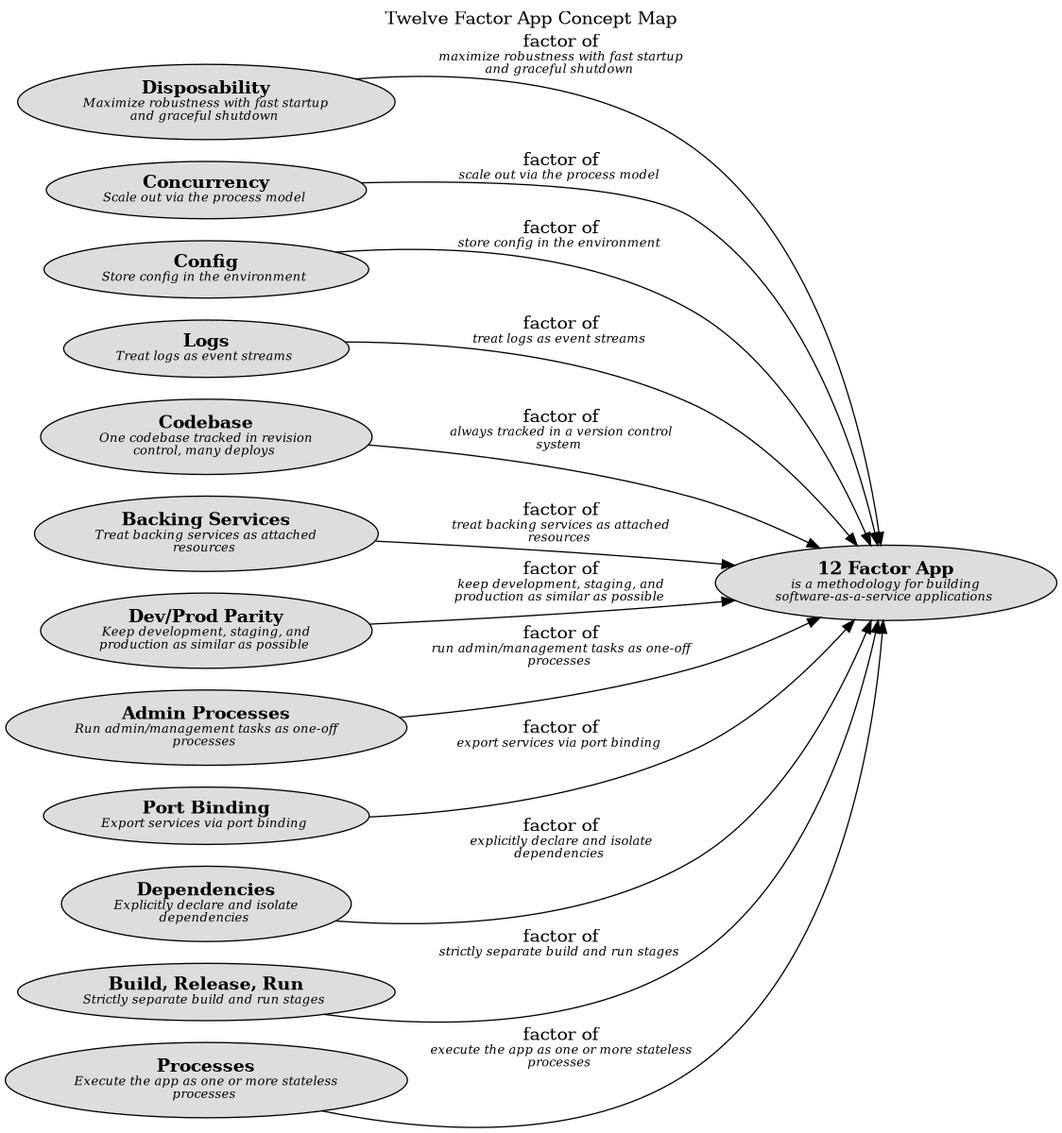
This is docs/software-development/twelve-factor-app/concept-view.png from lsolbach/overarch-models, a Graphviz export, as it was before one commit. Its source is kept beside it as docs/software-development/twelve-factor-app/concept-view.dot.
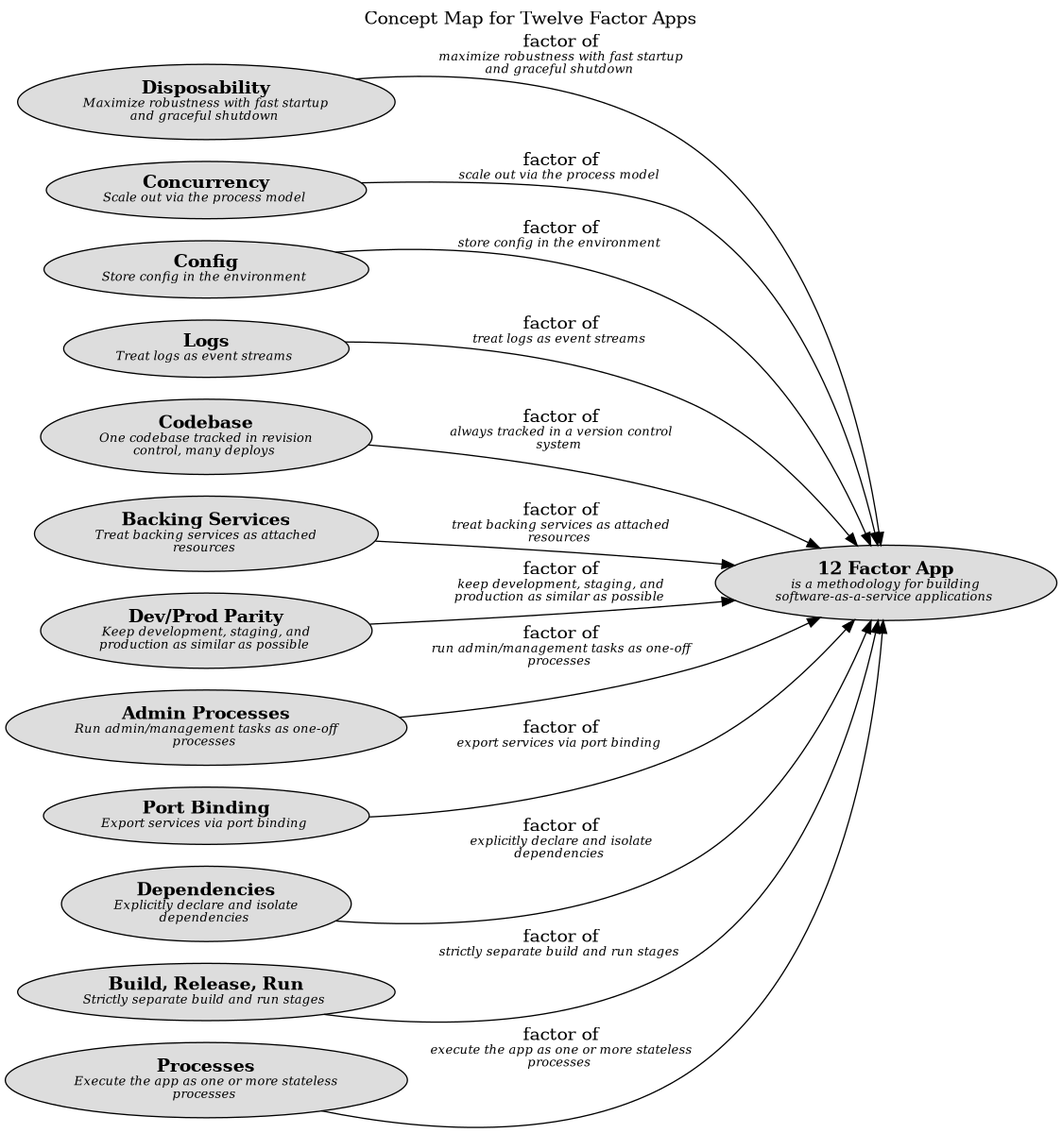
The same file after the commit.

Change to the diagram source:
```diff
@@ -1,6 +1,6 @@
-digraph "Twelve Factor App Concept Map" {
+digraph "Concept Map for Twelve Factor Apps" {
   labelloc= "t"
-  label="Twelve Factor App Concept Map"
+  label="Concept Map for Twelve Factor Apps"
   rankdir="LR"
 
   layout=dot
```
